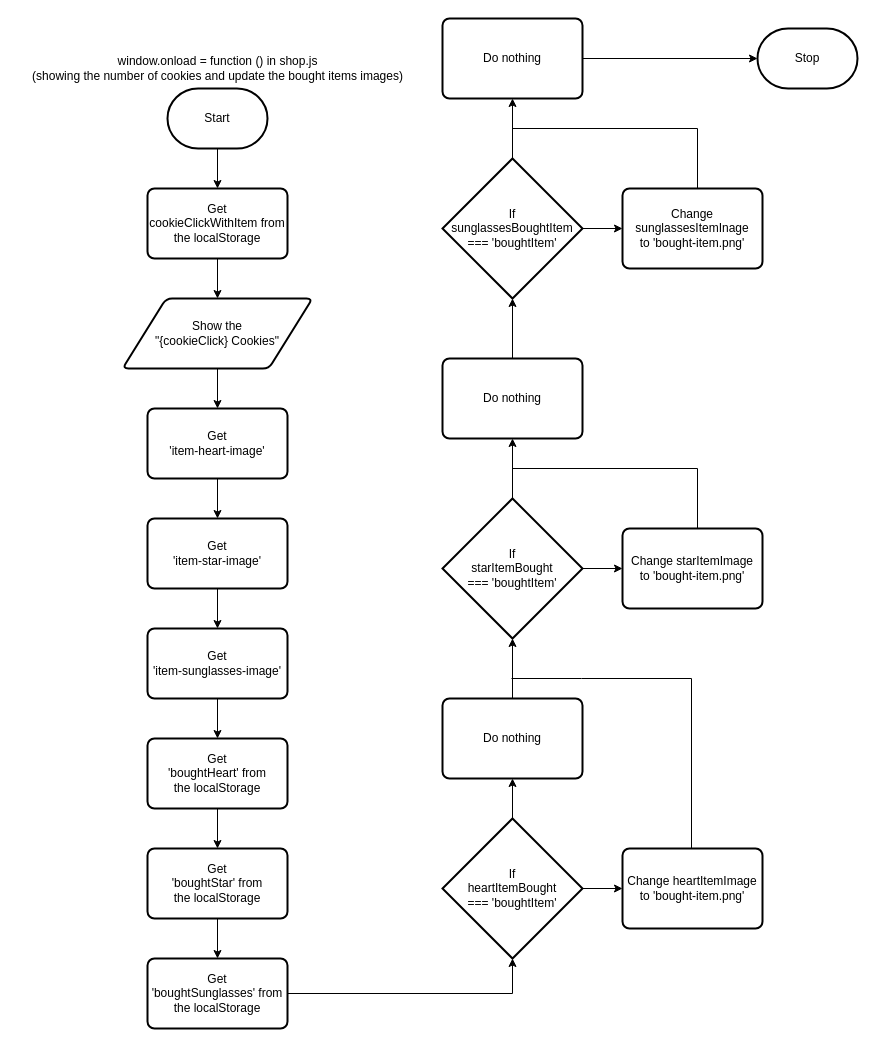
Earlier version of the draw.io diagram design/flowchart-windowonload-shopJs.drawio (MTHS-ICD2O-1-2024/ICD2O-Final-Project-ain.jeong). Source tidied: cells renumbered, new cells numbered last; positions are measured from the earlier drawing's top-left corner, leaving out a move shared by most shapes. Both pictures are drawn from the tidied source at 100%, with x=0, y=0 at pixel (17, 18).
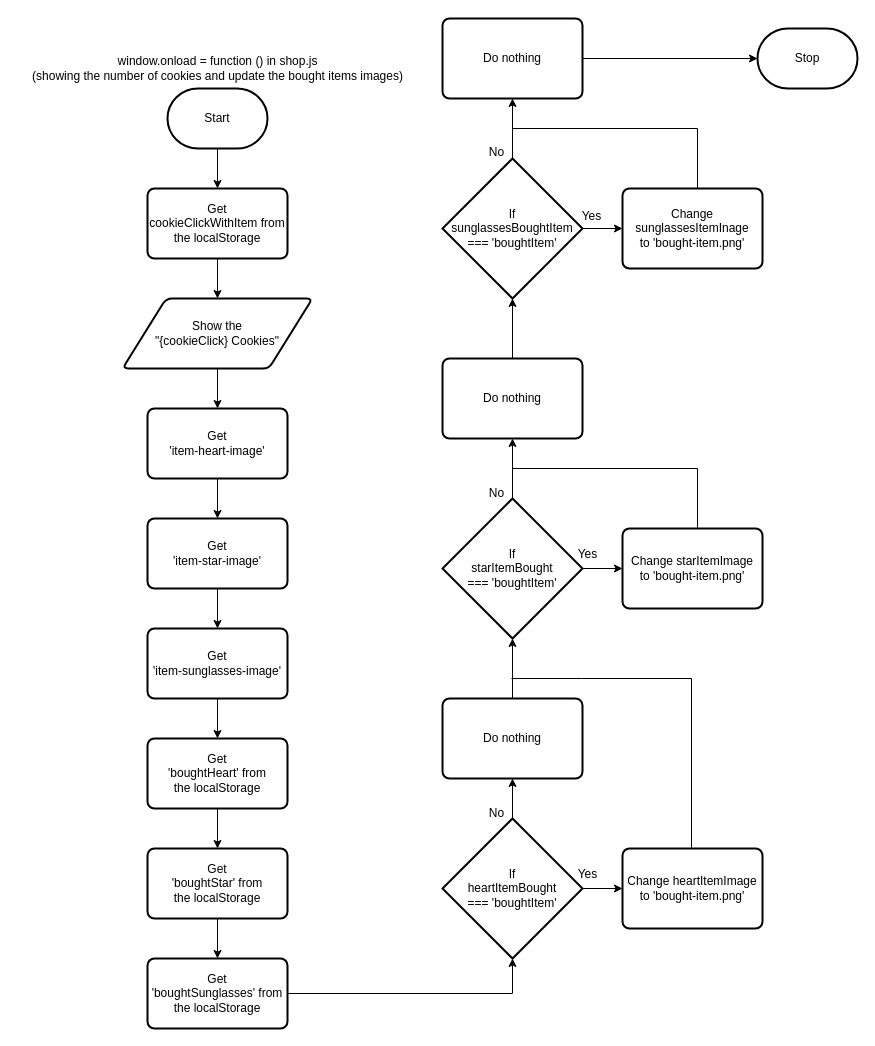
After the change.

Change to the diagram source:
```diff
@@
+    <mxCell id="43" value="Yes" style="text;html=1;align=center;verticalAlign=middle;strokeColor=none;fillColor=none;" parent="1" vertex="1">
+      <mxGeometry x="550" y="841" width="40" height="30" as="geometry" />
+    </mxCell>
+    <mxCell id="44" value="Yes" style="text;html=1;align=center;verticalAlign=middle;strokeColor=none;fillColor=none;" parent="1" vertex="1">
+      <mxGeometry x="550" y="521" width="40" height="30" as="geometry" />
+    </mxCell>
+    <mxCell id="45" value="Yes" style="text;html=1;align=center;verticalAlign=middle;strokeColor=none;fillColor=none;" parent="1" vertex="1">
+      <mxGeometry x="554" y="183" width="40" height="30" as="geometry" />
+    </mxCell>
+    <mxCell id="46" value="No" style="text;html=1;align=center;verticalAlign=middle;strokeColor=none;fillColor=none;" parent="1" vertex="1">
+      <mxGeometry x="459" y="119" width="40" height="30" as="geometry" />
+    </mxCell>
+    <mxCell id="47" value="No" style="text;html=1;align=center;verticalAlign=middle;strokeColor=none;fillColor=none;" parent="1" vertex="1">
+      <mxGeometry x="459" y="460" width="40" height="30" as="geometry" />
+    </mxCell>
+    <mxCell id="48" value="No" style="text;html=1;align=center;verticalAlign=middle;strokeColor=none;fillColor=none;" parent="1" vertex="1">
+      <mxGeometry x="459" y="780" width="40" height="30" as="geometry" />
+    </mxCell>
```
